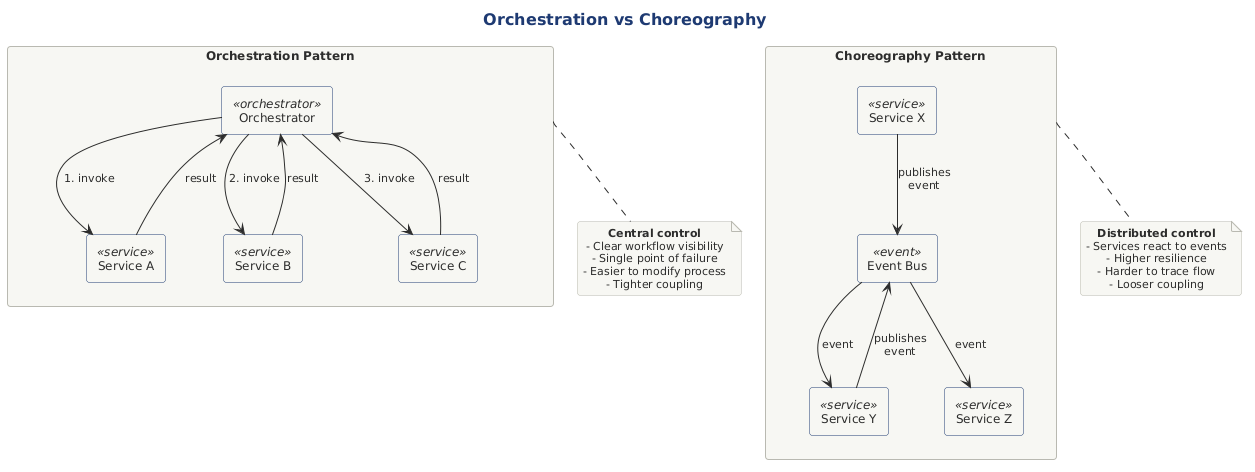
Notoriousjayy/latex-docs keeps this PlantUML diagram as src/architecture/views-and-beyond/style-catalogs/component-and-connector/service-oriented-architecture-style/png/orchestration-vs-choreography.png. Above is the earlier version.
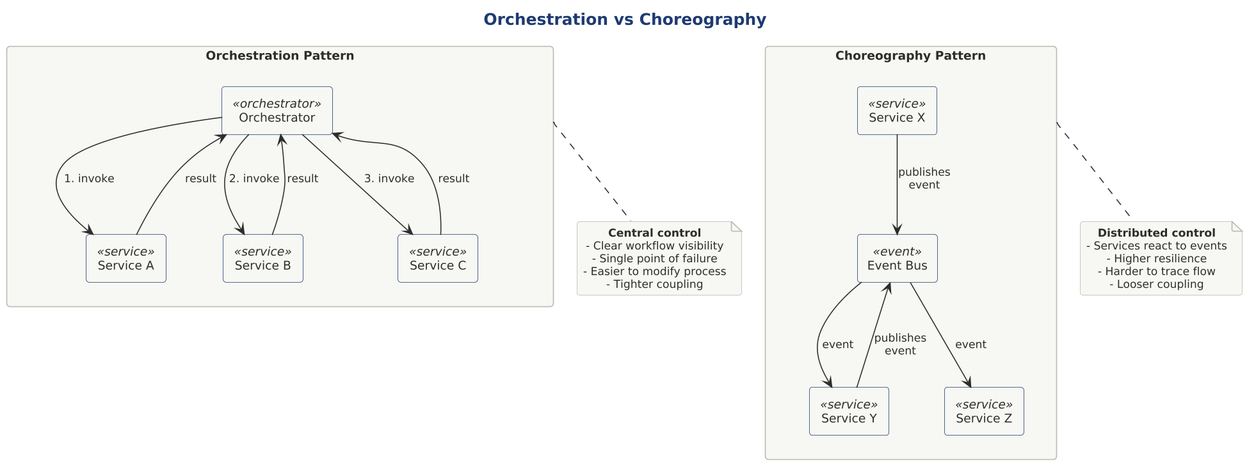
Later version of the same file.

Diff of the diagram source:
```diff
@@ -1,11 +1,15 @@
 @startuml orchestration-vs-choreography
+
+skinparam dpi 150
+
+
+
 !include ../../../../../../tooling/styles/plantuml/structural/component-diagram-style.iuml
 
-!define ORCHESTRATOR #4A90A4
-!define SERVICE #6CB0C4
-!define EVENT #E8A838
-!define LIGHTBG #F8F9FA
-
+!define ORCHESTRATOR $line_dynamic
+!define SERVICE $line_dynamic
+!define EVENT $line_caution
+!define LIGHTBG $fill_primary
 
 title Orchestration vs Choreography
 
```
